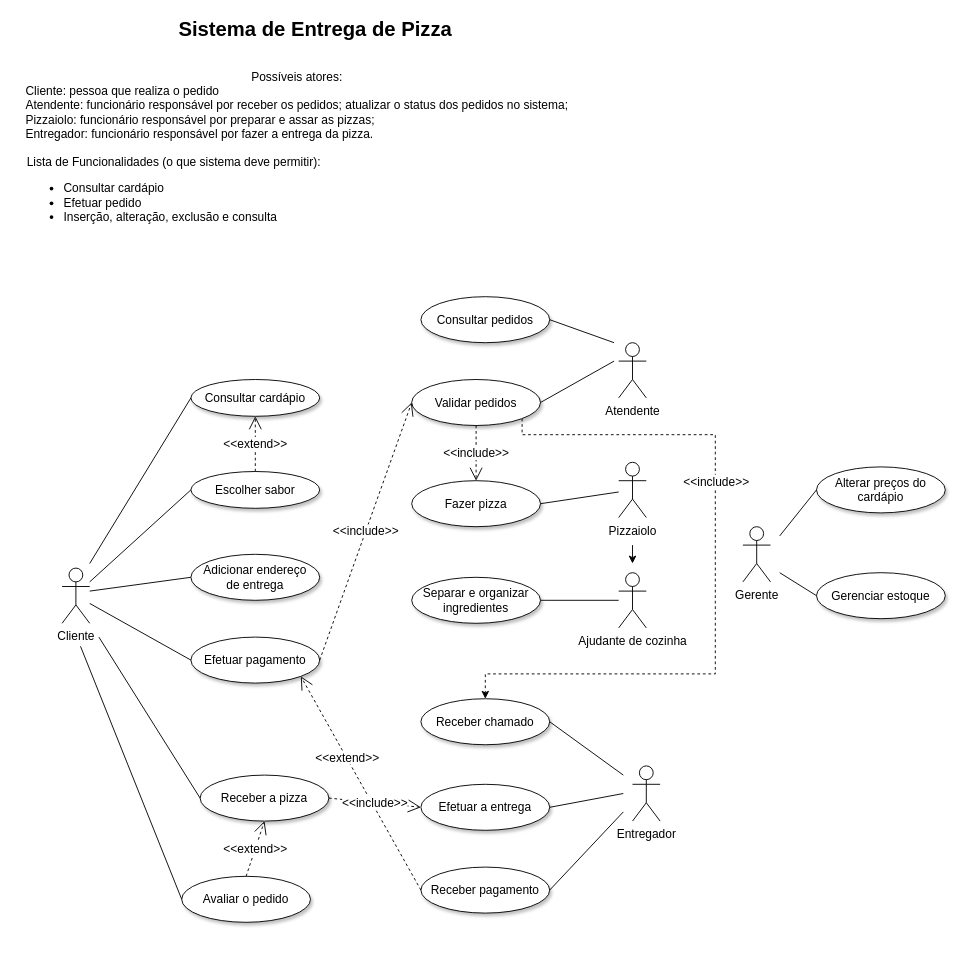
The draw.io diagram Engenharia de Software/Diagramas de UML/Untitled Diagram.drawio in naylamony/IFMT_Nayla, before the edit. Source tidied: cells renumbered, new cells numbered last; positions are measured from the earlier drawing's top-left corner, leaving out a move shared by most shapes. Both pictures are drawn from the tidied source at 92%, with x=0, y=0 at pixel (16, 16).
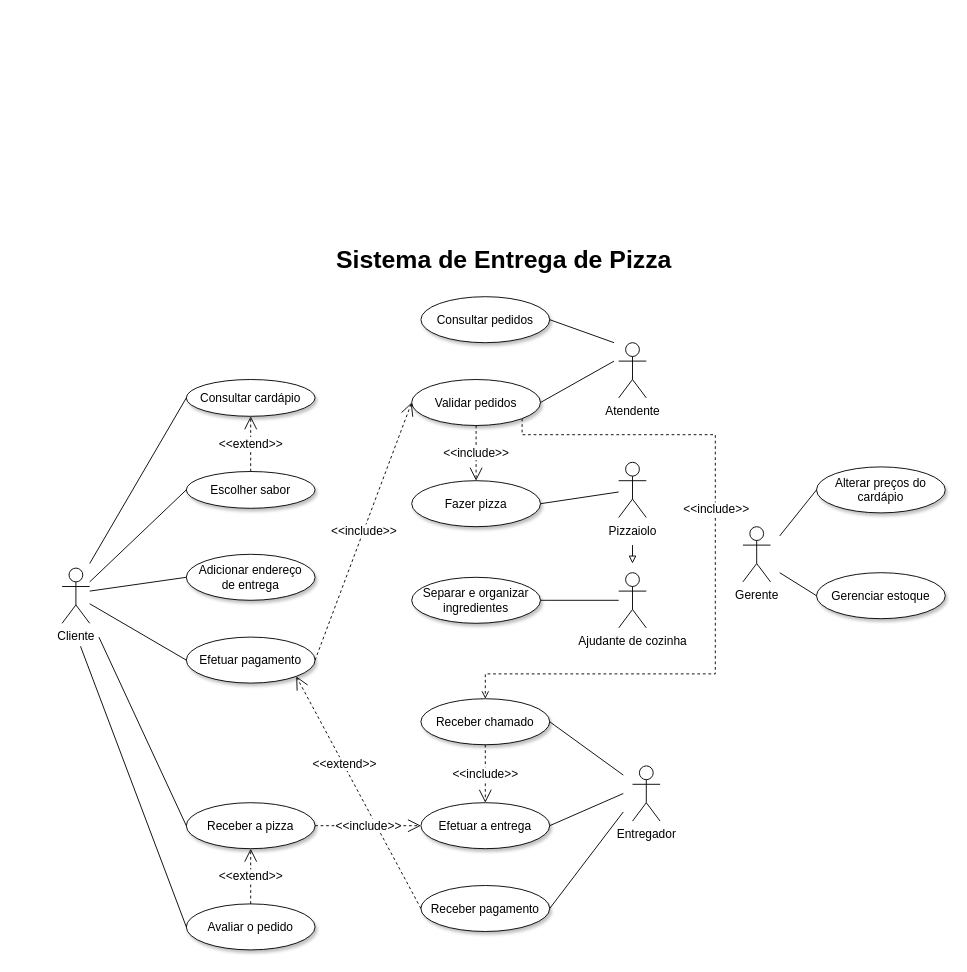
After the change.

The change refers to these unchanged cells:
```xml
<mxCell id="18" value="Validar pedidos" style="ellipse;whiteSpace=wrap;html=1;fontSize=13;strokeWidth=1;align=center;shadow=1;" parent="1" vertex="1">
  <mxGeometry x="430" y="395" width="140" height="50" as="geometry" />
</mxCell>
<mxCell id="21" value="Receber chamado" style="ellipse;whiteSpace=wrap;html=1;fontSize=13;strokeWidth=1;align=center;shadow=1;" parent="1" vertex="1">
  <mxGeometry x="440" y="742" width="140" height="50" as="geometry" />
</mxCell>
```

Change to the diagram source:
```diff
@@
-    <mxCell id="2" value="Sistema de Entrega de Pizza" style="text;html=1;align=center;verticalAlign=middle;fillColor=none;strokeColor=none;rounded=0;strokeWidth=1;fontSize=22;fontStyle=1;" parent="1" vertex="1">
-      <mxGeometry x="170" width="310" height="30" as="geometry" />
+    <mxCell id="2" value="Sistema de Entrega de Pizza" style="text;html=1;align=center;verticalAlign=middle;fillColor=none;strokeColor=none;rounded=0;strokeWidth=1;fontSize=27;fontStyle=1;" parent="1" vertex="1">
+      <mxGeometry x="340" y="245" width="380" height="40" as="geometry" />
     </mxCell>
-    <mxCell id="3" value="Possíveis atores:&lt;br style=&quot;font-size: 13px&quot;&gt;&lt;div style=&quot;text-align: left ; font-size: 13px&quot;&gt;&lt;span style=&quot;font-size: 13px&quot;&gt;Cliente: pessoa que realiza o pedido&lt;/span&gt;&lt;/div&gt;&lt;div style=&quot;text-align: left ; font-size: 13px&quot;&gt;&lt;span style=&quot;font-size: 13px&quot;&gt;Atendente: funcionário responsável por receber os pedidos; atualizar o status dos pedidos no sistema;&lt;/span&gt;&lt;/div&gt;&lt;div style=&quot;text-align: left ; font-size: 13px&quot;&gt;&lt;span&gt;Pizzaiolo: funcionário responsável por preparar e assar as pizzas;&lt;/span&gt;&lt;br&gt;&lt;/div&gt;&lt;div style=&quot;text-align: left ; font-size: 13px&quot;&gt;&lt;span&gt;Entregador: funcionário responsável por fazer a entrega da pizza.&lt;/span&gt;&lt;/div&gt;&lt;div style=&quot;text-align: left ; font-size: 13px&quot;&gt;&lt;span style=&quot;font-size: 13px&quot;&gt;&lt;br style=&quot;font-size: 13px&quot;&gt;&lt;/span&gt;&lt;/div&gt;" style="text;html=1;align=center;verticalAlign=middle;fillColor=none;strokeColor=none;rounded=0;fontSize=13;" parent="1" vertex="1">
-      <mxGeometry y="55" width="610" height="100" as="geometry" />
-    </mxCell>
-    <mxCell id="4" value="Lista de Funcionalidades (o que sistema deve permitir):&lt;br&gt;&lt;ul&gt;&lt;li&gt;Consultar cardápio&lt;/li&gt;&lt;li&gt;Efetuar pedido&lt;/li&gt;&lt;li&gt;Inserção, alteração, exclusão e consulta&amp;nbsp;&lt;/li&gt;&lt;/ul&gt;" style="text;html=1;align=left;verticalAlign=middle;fillColor=none;strokeColor=none;rounded=0;fontSize=13;" parent="1" vertex="1">
-      <mxGeometry x="10" y="145" width="330" height="100" as="geometry" />
-    </mxCell>
@@
     <mxCell id="9" value="Consultar cardápio" style="ellipse;whiteSpace=wrap;html=1;fontSize=13;strokeWidth=1;align=center;shadow=1;" parent="1" vertex="1">
-      <mxGeometry x="190" y="395" width="140" height="40" as="geometry" />
+      <mxGeometry x="185" y="395" width="140" height="40" as="geometry" />
     </mxCell>
     <mxCell id="10" value="Escolher sabor" style="ellipse;whiteSpace=wrap;html=1;fontSize=13;strokeWidth=1;align=center;shadow=1;" parent="1" vertex="1">
-      <mxGeometry x="190" y="495" width="140" height="40" as="geometry" />
+      <mxGeometry x="185" y="495" width="140" height="40" as="geometry" />
     </mxCell>
     <mxCell id="11" value="Adicionar endereço &lt;br&gt;de entrega" style="ellipse;whiteSpace=wrap;html=1;fontSize=13;strokeWidth=1;align=center;shadow=1;" parent="1" vertex="1">
-      <mxGeometry x="190" y="585" width="140" height="50" as="geometry" />
+      <mxGeometry x="185" y="585" width="140" height="50" as="geometry" />
     </mxCell>
     <mxCell id="12" value="Efetuar pagamento" style="ellipse;whiteSpace=wrap;html=1;fontSize=13;strokeWidth=1;align=center;shadow=1;" parent="1" vertex="1">
-      <mxGeometry x="190" y="675" width="140" height="50" as="geometry" />
+      <mxGeometry x="185" y="675" width="140" height="50" as="geometry" />
     </mxCell>
@@
-    <mxCell id="16" style="edgeStyle=orthogonalEdgeStyle;rounded=0;jettySize=auto;html=1;fontSize=13;entryX=0.5;entryY=0;entryDx=0;entryDy=0;dashed=1;" parent="1" edge="1" source="18" target="21">
+    <mxCell id="16" style="edgeStyle=orthogonalEdgeStyle;rounded=0;jettySize=auto;html=1;fontSize=13;entryX=0.5;entryY=0;entryDx=0;entryDy=0;dashed=1;endArrow=open;endFill=0;" parent="1" edge="1" source="18" target="21">
       <mxGeometry relative="1" as="geometry">
         <Array as="points">
           <mxPoint x="550" y="455" />
           <mxPoint x="760" y="455" />
           <mxPoint x="760" y="715" />
           <mxPoint x="510" y="715" />
         </Array>
       </mxGeometry>
     </mxCell>
     <mxCell id="17" value="&amp;lt;&amp;lt;include&amp;gt;&amp;gt;" style="edgeLabel;html=1;align=center;verticalAlign=middle;fontSize=13;" parent="16" vertex="1">
       <mxGeometry x="0.16" y="-3" relative="1" as="geometry">
-        <mxPoint x="3" y="-165" as="offset" />
+        <mxPoint x="3" y="-135" as="offset" />
       </mxGeometry>
     </mxCell>
@@
     <mxCell id="22" value="Efetuar a entrega" style="ellipse;whiteSpace=wrap;html=1;fontSize=13;strokeWidth=1;align=center;shadow=1;" parent="1" vertex="1">
-      <mxGeometry x="440" y="835" width="140" height="50" as="geometry" />
+      <mxGeometry x="440" y="855" width="140" height="50" as="geometry" />
     </mxCell>
     <mxCell id="23" value="Receber a pizza" style="ellipse;whiteSpace=wrap;html=1;fontSize=13;strokeWidth=1;align=center;shadow=1;" parent="1" vertex="1">
-      <mxGeometry x="200" y="825" width="140" height="50" as="geometry" />
+      <mxGeometry x="185" y="855" width="140" height="50" as="geometry" />
     </mxCell>
     <mxCell id="24" value="Avaliar o pedido" style="ellipse;whiteSpace=wrap;html=1;fontSize=13;strokeWidth=1;align=center;shadow=1;" parent="1" vertex="1">
-      <mxGeometry x="180" y="935" width="140" height="50" as="geometry" />
+      <mxGeometry x="185" y="965" width="140" height="50" as="geometry" />
     </mxCell>
@@
     <mxCell id="41" value="Receber pagamento" style="ellipse;whiteSpace=wrap;html=1;fontSize=13;strokeWidth=1;align=center;shadow=1;" parent="1" vertex="1">
-      <mxGeometry x="440" y="925" width="140" height="50" as="geometry" />
+      <mxGeometry x="440" y="945" width="140" height="50" as="geometry" />
     </mxCell>
@@
-    <mxCell id="47" style="endArrow=classic;html=1;rounded=0;fontSize=13;" parent="1" edge="1">
+    <mxCell id="47" style="endArrow=block;html=1;rounded=0;fontSize=13;endFill=0;" parent="1" edge="1">
       <mxGeometry relative="1" as="geometry">
         <mxPoint x="670" y="575" as="sourcePoint" />
         <mxPoint x="670" y="595" as="targetPoint" />
       </mxGeometry>
     </mxCell>
-    <mxCell id="48" value="&amp;lt;&amp;lt;extend&amp;gt;&amp;gt;" style="endArrow=open;endSize=12;dashed=1;html=1;rounded=0;fontSize=13;entryX=1;entryY=1;entryDx=0;entryDy=0;exitX=0.5;exitY=0;exitDx=0;exitDy=0;" parent="1" edge="1" source="24">
-      <mxGeometry relative="1" as="geometry">
-        <mxPoint x="270" y="875" as="targetPoint" />
-      </mxGeometry>
+    <mxCell id="48" value="&amp;lt;&amp;lt;extend&amp;gt;&amp;gt;" style="endArrow=open;endSize=12;dashed=1;html=1;rounded=0;fontSize=13;entryX=0.5;entryY=1;entryDx=0;entryDy=0;exitX=0.5;exitY=0;exitDx=0;exitDy=0;" parent="1" edge="1" source="24" target="23">
+      <mxGeometry relative="1" as="geometry" />
     </mxCell>
@@
+    <mxCell id="50" value="&amp;lt;&amp;lt;include&amp;gt;&amp;gt;" style="endArrow=open;endSize=12;dashed=1;html=1;rounded=0;fontSize=13;exitX=0.5;exitY=1;exitDx=0;exitDy=0;entryX=0.5;entryY=0;entryDx=0;entryDy=0;" parent="1" edge="1" source="21" target="22">
+      <mxGeometry relative="1" as="geometry" />
+    </mxCell>
```
